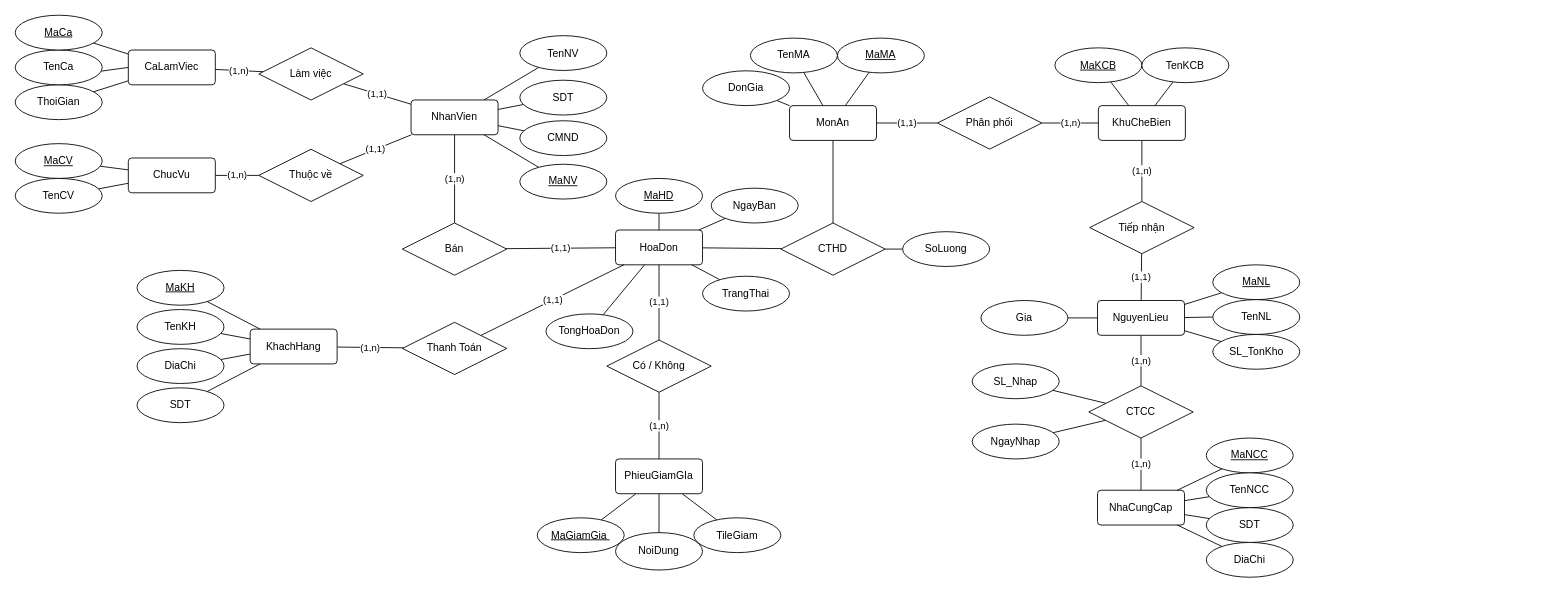
EdgarIgnite16/SGU-Course keeps this draw.io diagram as PTTK HTTT/Project/ERD_Project.drawio. Above is the earlier version. Source tidied: cells renumbered, new cells numbered last; positions are measured from the earlier drawing's top-left corner, leaving out a move shared by most shapes. Both pictures are drawn from the tidied source at 87%, with x=0, y=0 at pixel (15, 15).
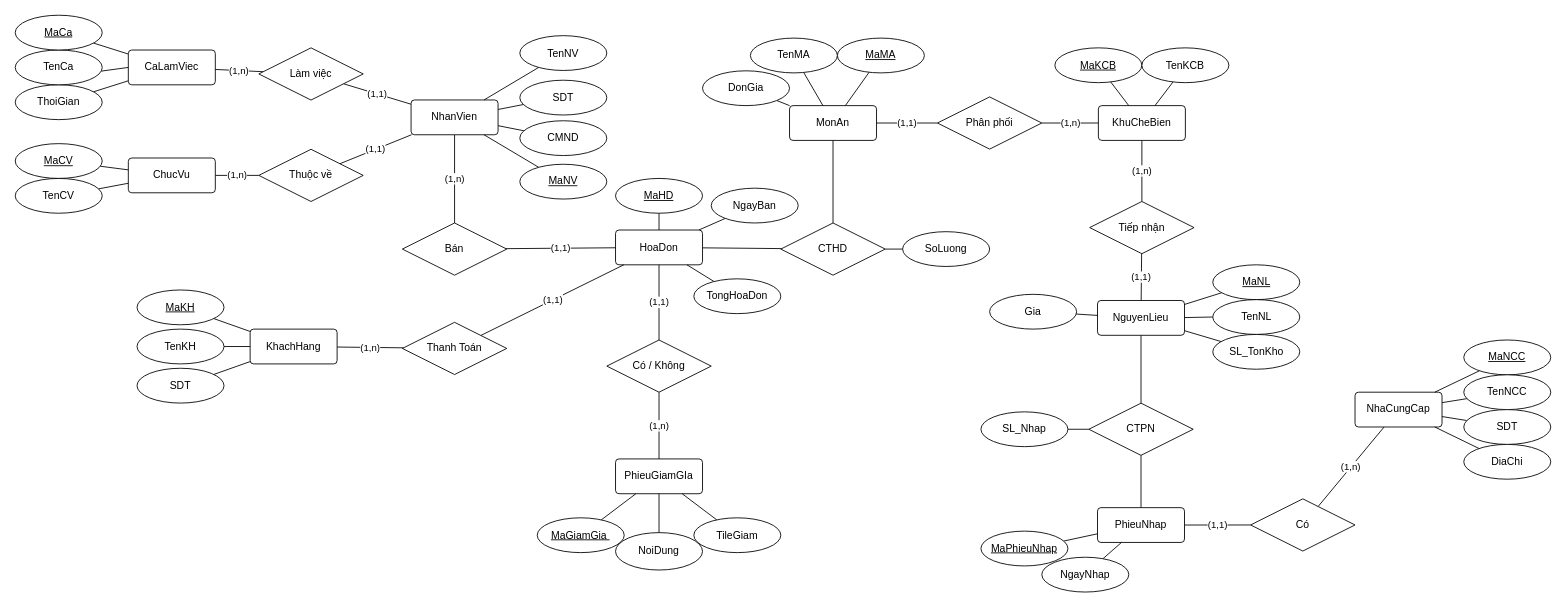
The same page after the edit.

The change refers to these unchanged cells:
```xml
<mxCell id="11" value="HoaDon" style="rounded=1;arcSize=10;whiteSpace=wrap;html=1;align=center;" parent="1" vertex="1">
  <mxGeometry x="690" y="246.9" width="100" height="40" as="geometry" />
</mxCell>
<mxCell id="17" value="KhachHang" style="rounded=1;arcSize=10;whiteSpace=wrap;html=1;align=center;" parent="1" vertex="1">
  <mxGeometry x="270" y="360.8" width="100" height="40" as="geometry" />
</mxCell>
<mxCell id="24" value="NguyenLieu" style="rounded=1;arcSize=10;whiteSpace=wrap;html=1;align=center;" parent="1" vertex="1">
  <mxGeometry x="1244" y="327.9" width="100" height="40" as="geometry" />
</mxCell>
```

What changed in the source:
```diff
@@
-    <mxCell id="21" value="(1,n)" style="edgeStyle=none;rounded=0;jettySize=auto;html=1;endArrow=none;endFill=0;" parent="1" edge="1" source="22" target="101">
-      <mxGeometry relative="1" as="geometry" />
-    </mxCell>
     <mxCell id="22" value="NhaCungCap" style="rounded=1;arcSize=10;whiteSpace=wrap;html=1;align=center;" parent="1" vertex="1">
-      <mxGeometry x="1244" y="546" width="100" height="40" as="geometry" />
+      <mxGeometry x="1540" y="433.3" width="100" height="40" as="geometry" />
     </mxCell>
-    <mxCell id="23" value="(1,n)" style="edgeStyle=none;rounded=0;jettySize=auto;html=1;endArrow=none;endFill=0;" parent="1" edge="1" source="24" target="101">
+    <mxCell id="23" style="edgeStyle=none;rounded=0;jettySize=auto;html=1;endArrow=none;endFill=0;" parent="1" edge="1" source="24" target="101">
       <mxGeometry relative="1" as="geometry" />
     </mxCell>
@@
     <mxCell id="43" value="MaKH" style="ellipse;whiteSpace=wrap;html=1;align=center;fontStyle=4;" parent="1" vertex="1">
-      <mxGeometry x="140" y="293.3" width="100" height="40" as="geometry" />
+      <mxGeometry x="140" y="315.8" width="100" height="40" as="geometry" />
     </mxCell>
@@
     <mxCell id="45" value="TenKH" style="ellipse;whiteSpace=wrap;html=1;align=center;" parent="1" vertex="1">
-      <mxGeometry x="140" y="338.3" width="100" height="40" as="geometry" />
+      <mxGeometry x="140" y="360.8" width="100" height="40" as="geometry" />
     </mxCell>
-    <mxCell id="46" style="edgeStyle=none;rounded=0;jettySize=auto;html=1;endArrow=none;endFill=0;" parent="1" edge="1" source="47" target="17">
-      <mxGeometry relative="1" as="geometry" />
-    </mxCell>
-    <mxCell id="47" value="DiaChi" style="ellipse;whiteSpace=wrap;html=1;align=center;" parent="1" vertex="1">
-      <mxGeometry x="140" y="383.3" width="100" height="40" as="geometry" />
-    </mxCell>
@@
     <mxCell id="49" value="SDT" style="ellipse;whiteSpace=wrap;html=1;align=center;" parent="1" vertex="1">
-      <mxGeometry x="140" y="428.3" width="100" height="40" as="geometry" />
+      <mxGeometry x="140" y="405.8" width="100" height="40" as="geometry" />
     </mxCell>
@@
     <mxCell id="53" value="MaNCC" style="ellipse;whiteSpace=wrap;html=1;align=center;fontStyle=4;" parent="1" vertex="1">
-      <mxGeometry x="1369" y="486" width="100" height="40" as="geometry" />
+      <mxGeometry x="1665" y="373.3" width="100" height="40" as="geometry" />
     </mxCell>
@@
     <mxCell id="55" value="TenNCC" style="ellipse;whiteSpace=wrap;html=1;align=center;" parent="1" vertex="1">
-      <mxGeometry x="1369" y="526" width="100" height="40" as="geometry" />
+      <mxGeometry x="1665" y="413.3" width="100" height="40" as="geometry" />
     </mxCell>
@@
     <mxCell id="57" value="DiaChi" style="ellipse;whiteSpace=wrap;html=1;align=center;" parent="1" vertex="1">
-      <mxGeometry x="1369" y="606" width="100" height="40" as="geometry" />
+      <mxGeometry x="1665" y="493.3" width="100" height="40" as="geometry" />
     </mxCell>
@@
     <mxCell id="59" value="SDT" style="ellipse;whiteSpace=wrap;html=1;align=center;" parent="1" vertex="1">
-      <mxGeometry x="1369" y="566" width="100" height="40" as="geometry" />
+      <mxGeometry x="1665" y="453.3" width="100" height="40" as="geometry" />
     </mxCell>
@@
     <mxCell id="75" style="edgeStyle=none;rounded=0;orthogonalLoop=1;jettySize=auto;html=1;exitX=0.75;exitY=1;exitDx=0;exitDy=0;endArrow=none;endFill=0;" parent="1" edge="1">
       <mxGeometry relative="1" as="geometry">
-        <mxPoint x="1384" y="408.5" as="sourcePoint" />
-        <mxPoint x="1384" y="408.5" as="targetPoint" />
+        <mxPoint x="1384" y="428.3" as="sourcePoint" />
+        <mxPoint x="1384" y="428.3" as="targetPoint" />
       </mxGeometry>
     </mxCell>
     <mxCell id="76" style="edgeStyle=none;rounded=0;orthogonalLoop=1;jettySize=auto;html=1;exitX=0.5;exitY=1;exitDx=0;exitDy=0;endArrow=none;endFill=0;" parent="1" edge="1">
       <mxGeometry relative="1" as="geometry">
-        <mxPoint x="1334" y="415" as="sourcePoint" />
-        <mxPoint x="1334" y="415" as="targetPoint" />
+        <mxPoint x="1334" y="434.9" as="sourcePoint" />
+        <mxPoint x="1334" y="434.9" as="targetPoint" />
       </mxGeometry>
     </mxCell>
@@
     <mxCell id="96" value="TongHoaDon" style="ellipse;whiteSpace=wrap;html=1;align=center;" parent="1" vertex="1">
-      <mxGeometry x="610" y="343.3" width="100" height="40" as="geometry" />
+      <mxGeometry x="780" y="303" width="100" height="40" as="geometry" />
     </mxCell>
-    <mxCell id="97" style="edgeStyle=none;rounded=0;jettySize=auto;html=1;endArrow=none;endFill=0;" parent="1" edge="1" source="98" target="11">
-      <mxGeometry relative="1" as="geometry" />
-    </mxCell>
-    <mxCell id="98" value="TrangThai" style="ellipse;whiteSpace=wrap;html=1;align=center;" parent="1" vertex="1">
-      <mxGeometry x="790" y="300" width="100" height="40" as="geometry" />
-    </mxCell>
@@
-    <mxCell id="100" style="edgeStyle=none;rounded=0;jettySize=auto;html=1;endArrow=none;endFill=0;" parent="1" edge="1" source="101" target="107">
-      <mxGeometry relative="1" as="geometry" />
-    </mxCell>
+    <mxCell id="113" style="rounded=0;jettySize=auto;html=1;endArrow=none;endFill=0;" parent="1" edge="1" source="101" target="115">
+      <mxGeometry relative="1" as="geometry" />
+    </mxCell>
-    <mxCell id="101" value="CTCC" style="shape=rhombus;perimeter=rhombusPerimeter;whiteSpace=wrap;html=1;align=center;" parent="1" vertex="1">
-      <mxGeometry x="1234" y="426" width="120" height="60" as="geometry" />
+    <mxCell id="101" value="CTPN" style="shape=rhombus;perimeter=rhombusPerimeter;whiteSpace=wrap;html=1;align=center;" parent="1" vertex="1">
+      <mxGeometry x="1234" y="445.9" width="120" height="60" as="geometry" />
     </mxCell>
@@
     <mxCell id="106" value="SL_Nhap" style="ellipse;whiteSpace=wrap;html=1;align=center;" parent="1" vertex="1">
-      <mxGeometry x="1100" y="400.8" width="100" height="40" as="geometry" />
+      <mxGeometry x="1110" y="455.9" width="100" height="40" as="geometry" />
     </mxCell>
-    <mxCell id="107" value="NgayNhap" style="ellipse;whiteSpace=wrap;html=1;align=center;" parent="1" vertex="1">
-      <mxGeometry x="1100" y="470" width="100" height="40" as="geometry" />
-    </mxCell>
@@
     <mxCell id="110" value="Gia" style="ellipse;whiteSpace=wrap;html=1;align=center;" parent="1" vertex="1">
-      <mxGeometry x="1110" y="327.9" width="100" height="40" as="geometry" />
+      <mxGeometry x="1120" y="320.8" width="100" height="40" as="geometry" />
     </mxCell>
@@
+    <mxCell id="114" value="(1,1)" style="edgeStyle=none;rounded=0;jettySize=auto;html=1;endArrow=none;endFill=0;" parent="1" edge="1" source="115" target="117">
+      <mxGeometry relative="1" as="geometry" />
+    </mxCell>
+    <mxCell id="115" value="PhieuNhap" style="rounded=1;arcSize=10;whiteSpace=wrap;html=1;align=center;" parent="1" vertex="1">
+      <mxGeometry x="1244" y="566" width="100" height="40" as="geometry" />
+    </mxCell>
+    <mxCell id="116" value="(1,n)" style="edgeStyle=none;rounded=0;jettySize=auto;html=1;endArrow=none;endFill=0;" parent="1" edge="1" source="117" target="22">
+      <mxGeometry relative="1" as="geometry" />
+    </mxCell>
+    <mxCell id="117" value="Có" style="shape=rhombus;perimeter=rhombusPerimeter;whiteSpace=wrap;html=1;align=center;" parent="1" vertex="1">
+      <mxGeometry x="1420" y="555.9" width="120" height="60" as="geometry" />
+    </mxCell>
+    <mxCell id="118" style="edgeStyle=none;rounded=0;jettySize=auto;html=1;endArrow=none;endFill=0;" parent="1" edge="1" source="119" target="115">
+      <mxGeometry relative="1" as="geometry" />
+    </mxCell>
+    <mxCell id="119" value="MaPhieuNhap" style="ellipse;whiteSpace=wrap;html=1;align=center;fontStyle=4;" parent="1" vertex="1">
+      <mxGeometry x="1110" y="593" width="100" height="40" as="geometry" />
+    </mxCell>
+    <mxCell id="120" style="edgeStyle=none;rounded=0;jettySize=auto;html=1;endArrow=none;endFill=0;" parent="1" edge="1" source="107" target="115">
+      <mxGeometry relative="1" as="geometry" />
+    </mxCell>
+    <mxCell id="107" value="NgayNhap" style="ellipse;whiteSpace=wrap;html=1;align=center;" parent="1" vertex="1">
+      <mxGeometry x="1180" y="623" width="100" height="40" as="geometry" />
+    </mxCell>
```
